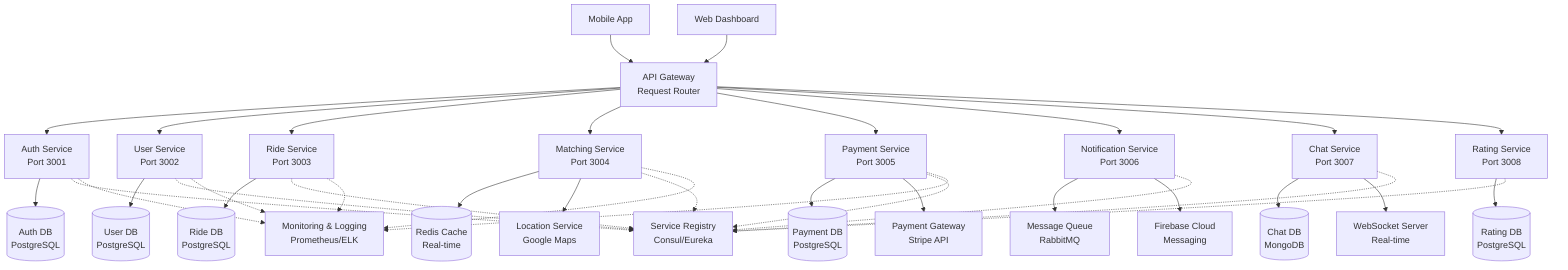
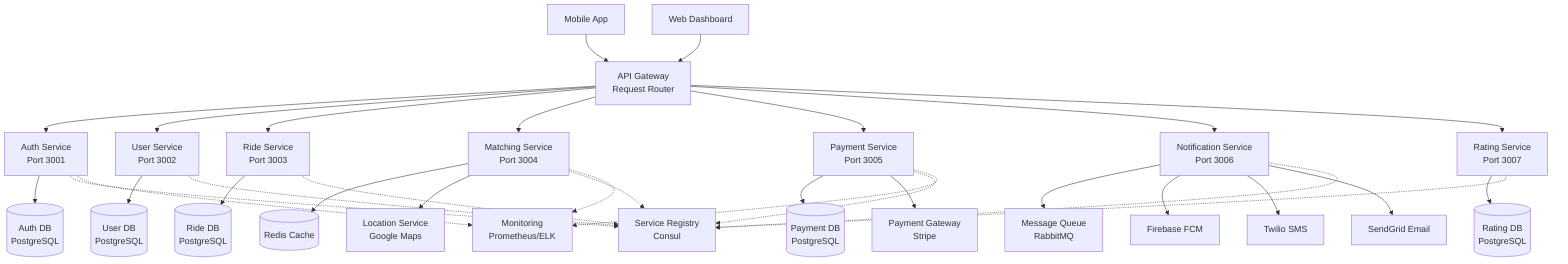
graph TB
    Client1[Mobile App]
    Client2[Web Dashboard]

    Client1 --> Gateway[API Gateway<br/>Request Router]
    Client2 --> Gateway

    Gateway --> Auth[Auth Service<br/>Port 3001]
    Gateway --> User[User Service<br/>Port 3002]
    Gateway --> Ride[Ride Service<br/>Port 3003]
    Gateway --> Match[Matching Service<br/>Port 3004]
    Gateway --> Payment[Payment Service<br/>Port 3005]
    Gateway --> Notif[Notification Service<br/>Port 3006]
-     Gateway --> Chat[Chat Service<br/>Port 3007]
-     Gateway --> Rating[Rating Service<br/>Port 3008]
+     Gateway --> Rating[Rating Service<br/>Port 3007]

    Auth --> AuthDB[(Auth DB<br/>PostgreSQL)]
    User --> UserDB[(User DB<br/>PostgreSQL)]
    Ride --> RideDB[(Ride DB<br/>PostgreSQL)]
-     Match --> MatchCache[(Redis Cache<br/>Real-time)]
+     Match --> MatchCache[(Redis Cache)]
    Payment --> PaymentDB[(Payment DB<br/>PostgreSQL)]
    Notif --> Queue[Message Queue<br/>RabbitMQ]
-     Chat --> ChatDB[(Chat DB<br/>MongoDB)]
    Rating --> RatingDB[(Rating DB<br/>PostgreSQL)]

    Match --> LocationAPI[Location Service<br/>Google Maps]
-     Payment --> PaymentGW[Payment Gateway<br/>Stripe API]
-     Notif --> Firebase[Firebase Cloud<br/>Messaging]
-     Chat --> WebSocket[WebSocket Server<br/>Real-time]
+     Payment --> PaymentGW[Payment Gateway<br/>Stripe]
+     Notif --> Firebase[Firebase FCM]
+     Notif --> Twilio[Twilio SMS]
+     Notif --> SendGrid[SendGrid Email]

-     ServiceRegistry[Service Registry<br/>Consul/Eureka]
+     ServiceRegistry[Service Registry<br/>Consul]
    Auth -.-> ServiceRegistry
    User -.-> ServiceRegistry
    Ride -.-> ServiceRegistry
    Match -.-> ServiceRegistry
    Payment -.-> ServiceRegistry
    Notif -.-> ServiceRegistry
-     Chat -.-> ServiceRegistry
    Rating -.-> ServiceRegistry

-     Monitoring[Monitoring & Logging<br/>Prometheus/ELK]
+     Monitoring[Monitoring<br/>Prometheus/ELK]
    Auth -.-> Monitoring
-     User -.-> Monitoring
-     Ride -.-> Monitoring
+     Payment -.-> Monitoring
    Match -.-> Monitoring
-     Payment -.-> Monitoring
